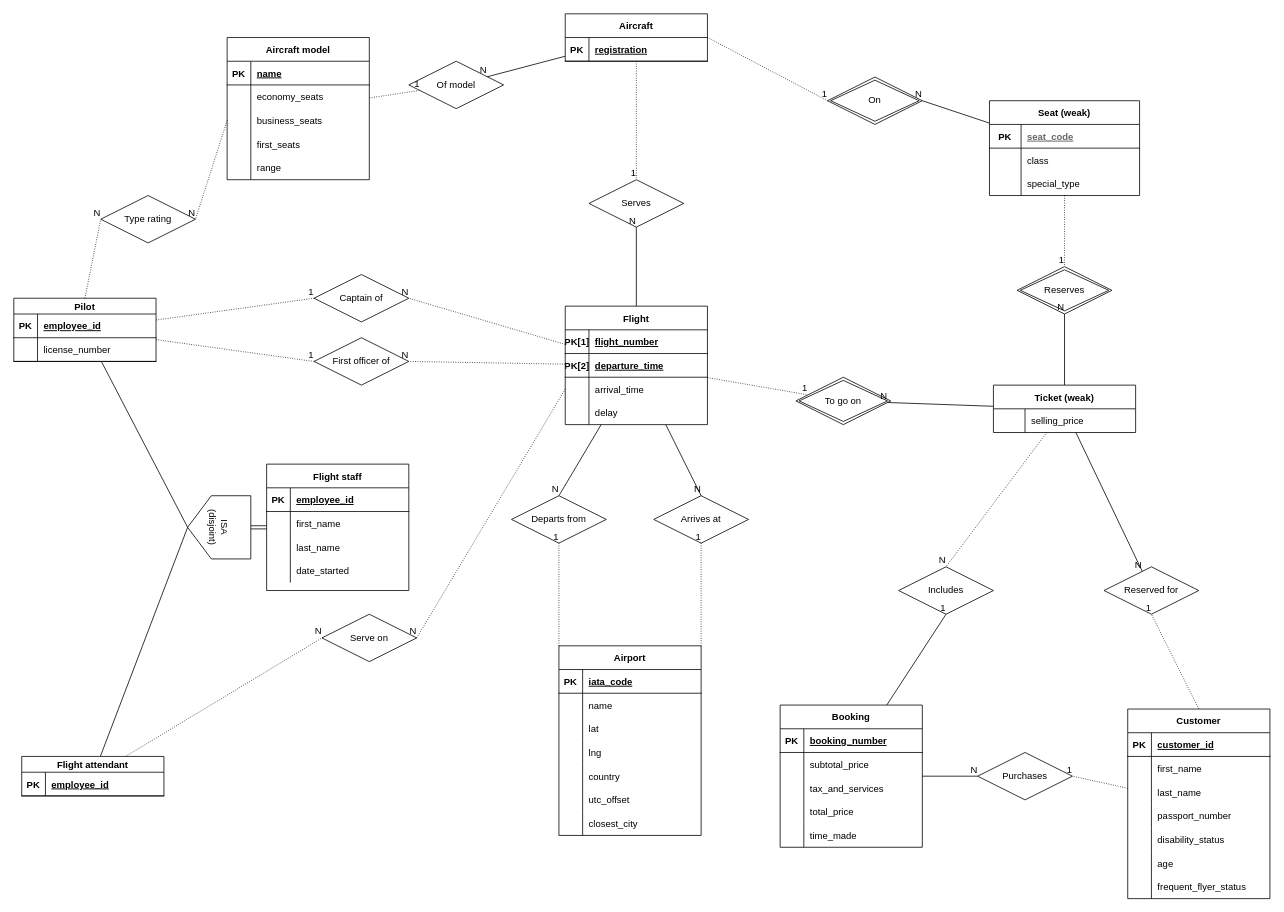
lyulka/comp3278 keeps this draw.io diagram as Airline system ER diagram.drawio. Above is the earlier version. Source tidied: cells renumbered, new cells numbered last; positions are measured from the earlier drawing's top-left corner, leaving out a move shared by most shapes. Both pictures are drawn from the tidied source at 79%, with x=0, y=0 at pixel (13, 13).
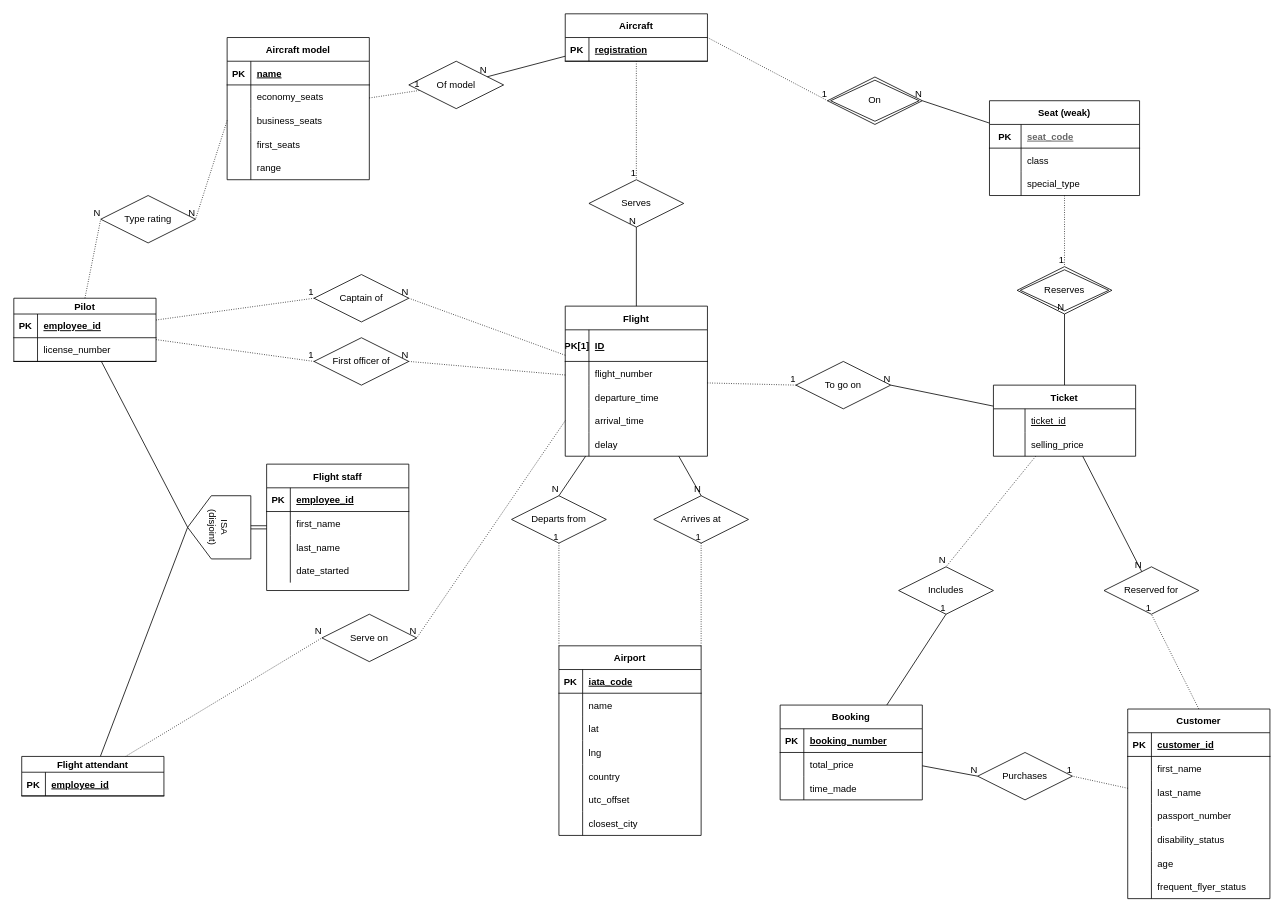
Above is the later version.

Diff of the diagram source:
```diff
@@
     <mxCell id="3" value="Flight" style="shape=table;startSize=30;childLayout=tableLayout;rowLines=0;fontStyle=1;align=center;" parent="1" vertex="1">
-      <mxGeometry x="698" y="370" width="180" height="150" as="geometry" />
+      <mxGeometry x="698" y="370" width="180" height="190" as="geometry" />
     </mxCell>
-    <mxCell id="4" style="shape=partialRectangle;fillColor=none;top=0;left=0;bottom=1;right=0;" parent="3" vertex="1">
-      <mxGeometry y="30" width="180" height="30" as="geometry" />
-    </mxCell>
-    <mxCell id="5" value="PK[1]" style="shape=partialRectangle;fillColor=none;top=0;left=0;bottom=0;right=0;fontStyle=1;overflow=hidden;" parent="4" vertex="1">
-      <mxGeometry width="30" height="30" as="geometry" />
-    </mxCell>
-    <mxCell id="6" value="flight_number" style="shape=partialRectangle;fillColor=none;top=0;left=0;bottom=0;right=0;align=left;spacingLeft=6;fontStyle=5;overflow=hidden;" parent="4" vertex="1">
-      <mxGeometry x="30" width="150" height="30" as="geometry" />
-    </mxCell>
     <mxCell id="7" style="shape=partialRectangle;fillColor=none;top=0;left=0;bottom=1;right=0;" parent="3" vertex="1">
-      <mxGeometry y="60" width="180" height="30" as="geometry" />
+      <mxGeometry y="30" width="180" height="40" as="geometry" />
     </mxCell>
-    <mxCell id="8" value="PK[2]" style="shape=partialRectangle;fillColor=none;top=0;left=0;bottom=0;right=0;fontStyle=1;overflow=hidden;" parent="7" vertex="1">
-      <mxGeometry width="30" height="30" as="geometry" />
+    <mxCell id="8" value="PK[1]" style="shape=partialRectangle;fillColor=none;top=0;left=0;bottom=0;right=0;fontStyle=1;overflow=hidden;" parent="7" vertex="1">
+      <mxGeometry width="30" height="40" as="geometry" />
     </mxCell>
-    <mxCell id="9" value="departure_time" style="shape=partialRectangle;fillColor=none;top=0;left=0;bottom=0;right=0;align=left;spacingLeft=6;fontStyle=5;overflow=hidden;" parent="7" vertex="1">
-      <mxGeometry x="30" width="150" height="30" as="geometry" />
+    <mxCell id="9" value="ID" style="shape=partialRectangle;fillColor=none;top=0;left=0;bottom=0;right=0;align=left;spacingLeft=6;fontStyle=5;overflow=hidden;" parent="7" vertex="1">
+      <mxGeometry x="30" width="150" height="40" as="geometry" />
     </mxCell>
+    <mxCell id="208" style="shape=partialRectangle;fillColor=none;top=0;left=0;bottom=0;right=0;" parent="3" vertex="1">
+      <mxGeometry y="70" width="180" height="30" as="geometry" />
+    </mxCell>
+    <mxCell id="209" style="shape=partialRectangle;fillColor=none;top=0;left=0;bottom=0;right=0;overflow=hidden;" parent="208" vertex="1">
+      <mxGeometry width="30" height="30" as="geometry" />
+    </mxCell>
+    <mxCell id="6" value="flight_number" style="shape=partialRectangle;fillColor=none;top=0;left=0;bottom=0;right=0;align=left;spacingLeft=6;overflow=hidden;" parent="208" vertex="1">
+      <mxGeometry x="30" width="150" height="30" as="geometry" />
+    </mxCell>
+    <mxCell id="210" style="shape=partialRectangle;fillColor=none;top=0;left=0;bottom=0;right=0;" parent="3" vertex="1">
+      <mxGeometry y="100" width="180" height="30" as="geometry" />
+    </mxCell>
+    <mxCell id="211" style="shape=partialRectangle;fillColor=none;top=0;left=0;bottom=0;right=0;overflow=hidden;" parent="210" vertex="1">
+      <mxGeometry width="30" height="30" as="geometry" />
+    </mxCell>
+    <mxCell id="212" value="departure_time" style="shape=partialRectangle;fillColor=none;top=0;left=0;bottom=0;right=0;align=left;spacingLeft=6;overflow=hidden;" parent="210" vertex="1">
+      <mxGeometry x="30" width="150" height="30" as="geometry" />
+    </mxCell>
     <mxCell id="10" style="shape=partialRectangle;fillColor=none;top=0;left=0;bottom=0;right=0;points=[[0,0.5],[1,0.5]];portConstraint=eastwest;" parent="3" vertex="1">
-      <mxGeometry y="90" width="180" height="30" as="geometry" />
+      <mxGeometry y="130" width="180" height="30" as="geometry" />
     </mxCell>
@@
     <mxCell id="13" style="shape=partialRectangle;fillColor=none;top=0;left=0;bottom=0;right=0;" parent="3" vertex="1">
-      <mxGeometry y="120" width="180" height="30" as="geometry" />
+      <mxGeometry y="160" width="180" height="30" as="geometry" />
     </mxCell>
@@
-    <mxCell id="90" style="endArrow=none;html=1;rounded=0;dashed=1;dashPattern=1 2;" parent="1" edge="1" source="3" target="143">
+    <mxCell id="90" style="endArrow=none;html=1;rounded=0;dashed=1;dashPattern=1 2;entryX=0;entryY=0.5;entryDx=0;entryDy=0;" parent="1" edge="1" source="3" target="143">
       <mxGeometry relative="1" as="geometry" />
     </mxCell>
@@
-    <mxCell id="143" value="To go on" style="shape=rhombus;double=1;perimeter=rhombusPerimeter;whiteSpace=wrap;html=1;align=center;" parent="1" vertex="1">
-      <mxGeometry x="990" y="460" width="120" height="60" as="geometry" />
-    </mxCell>
-    <mxCell id="144" style="endArrow=none;html=1;rounded=0;" parent="1" edge="1" source="176" target="143">
+    <mxCell id="144" style="endArrow=none;html=1;rounded=0;entryX=1;entryY=0.5;entryDx=0;entryDy=0;" parent="1" edge="1" source="176" target="143">
       <mxGeometry relative="1" as="geometry" />
     </mxCell>
@@
-    <mxCell id="176" value="Ticket (weak)" style="shape=table;startSize=30;childLayout=tableLayout;rowLines=0;fontStyle=1;align=center;" parent="1" vertex="1">
-      <mxGeometry x="1240" y="470" width="180" height="60" as="geometry" />
+    <mxCell id="176" value="Ticket" style="shape=table;startSize=30;childLayout=tableLayout;rowLines=0;fontStyle=1;align=center;" parent="1" vertex="1">
+      <mxGeometry x="1240" y="470" width="180" height="90" as="geometry" />
     </mxCell>
+    <mxCell id="213" style="shape=partialRectangle;fillColor=none;top=0;left=0;bottom=0;right=0;" parent="176" vertex="1">
+      <mxGeometry y="30" width="180" height="30" as="geometry" />
+    </mxCell>
+    <mxCell id="214" style="shape=partialRectangle;fillColor=none;top=0;left=0;bottom=0;right=0;overflow=hidden;" parent="213" vertex="1">
+      <mxGeometry width="40" height="30" as="geometry" />
+    </mxCell>
+    <mxCell id="215" value="ticket_id" style="shape=partialRectangle;fillColor=none;top=0;left=0;bottom=0;right=0;align=left;spacingLeft=6;overflow=hidden;fontStyle=4;" parent="213" vertex="1">
+      <mxGeometry x="40" width="140" height="30" as="geometry" />
+    </mxCell>
     <mxCell id="177" style="shape=partialRectangle;fillColor=none;top=0;left=0;bottom=0;right=0;" parent="176" vertex="1">
-      <mxGeometry y="30" width="180" height="30" as="geometry" />
+      <mxGeometry y="60" width="180" height="30" as="geometry" />
     </mxCell>
@@
     <mxCell id="180" value="Booking" style="shape=table;startSize=30;childLayout=tableLayout;rowLines=0;fontStyle=1;align=center;" parent="1" vertex="1">
-      <mxGeometry x="970" y="875" width="180" height="180" as="geometry" />
+      <mxGeometry x="970" y="875" width="180" height="120" as="geometry" />
     </mxCell>
@@
-    <mxCell id="184" style="shape=partialRectangle;fillColor=none;top=0;left=0;bottom=0;right=0;" parent="180" vertex="1">
-      <mxGeometry y="60" width="180" height="30" as="geometry" />
-    </mxCell>
-    <mxCell id="185" style="shape=partialRectangle;fillColor=none;top=0;left=0;bottom=0;right=0;overflow=hidden;" parent="184" vertex="1">
-      <mxGeometry width="30" height="30" as="geometry" />
-    </mxCell>
-    <mxCell id="186" value="subtotal_price" style="shape=partialRectangle;fillColor=none;top=0;left=0;bottom=0;right=0;align=left;spacingLeft=6;overflow=hidden;" parent="184" vertex="1">
-      <mxGeometry x="30" width="150" height="30" as="geometry" />
-    </mxCell>
-    <mxCell id="187" style="shape=partialRectangle;fillColor=none;top=0;left=0;bottom=0;right=0;" parent="180" vertex="1">
-      <mxGeometry y="90" width="180" height="30" as="geometry" />
-    </mxCell>
-    <mxCell id="188" style="shape=partialRectangle;fillColor=none;top=0;left=0;bottom=0;right=0;overflow=hidden;" parent="187" vertex="1">
-      <mxGeometry width="30" height="30" as="geometry" />
-    </mxCell>
-    <mxCell id="189" value="tax_and_services" style="shape=partialRectangle;fillColor=none;top=0;left=0;bottom=0;right=0;align=left;spacingLeft=6;overflow=hidden;" parent="187" vertex="1">
-      <mxGeometry x="30" width="150" height="30" as="geometry" />
-    </mxCell>
     <mxCell id="190" style="shape=partialRectangle;fillColor=none;top=0;left=0;bottom=0;right=0;" parent="180" vertex="1">
-      <mxGeometry y="120" width="180" height="30" as="geometry" />
+      <mxGeometry y="60" width="180" height="30" as="geometry" />
     </mxCell>
@@
     <mxCell id="193" style="shape=partialRectangle;fillColor=none;top=0;left=0;bottom=0;right=0;" parent="180" vertex="1">
-      <mxGeometry y="150" width="180" height="30" as="geometry" />
+      <mxGeometry y="90" width="180" height="30" as="geometry" />
     </mxCell>
@@
+    <mxCell id="143" value="To go on" style="shape=rhombus;perimeter=rhombusPerimeter;whiteSpace=wrap;html=1;align=center;" parent="1" vertex="1">
+      <mxGeometry x="990" y="440" width="120" height="60" as="geometry" />
+    </mxCell>
```
